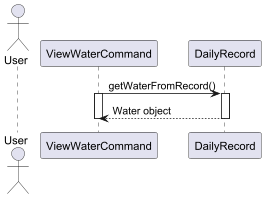
This is docs/images/viewWaterSequenceDiagram.png from nus-cs2113-AY2425S1/tp, a PlantUML export, as it was before one commit.
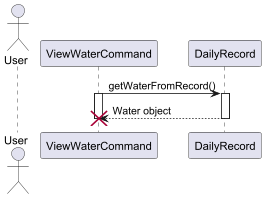
The same file after the commit.

Change to the diagram source:
```diff
@@ -10,4 +10,5 @@
 deactivate DailyRec
 
 deactivate ViewCmd
+destroy ViewCmd
 @enduml
```
